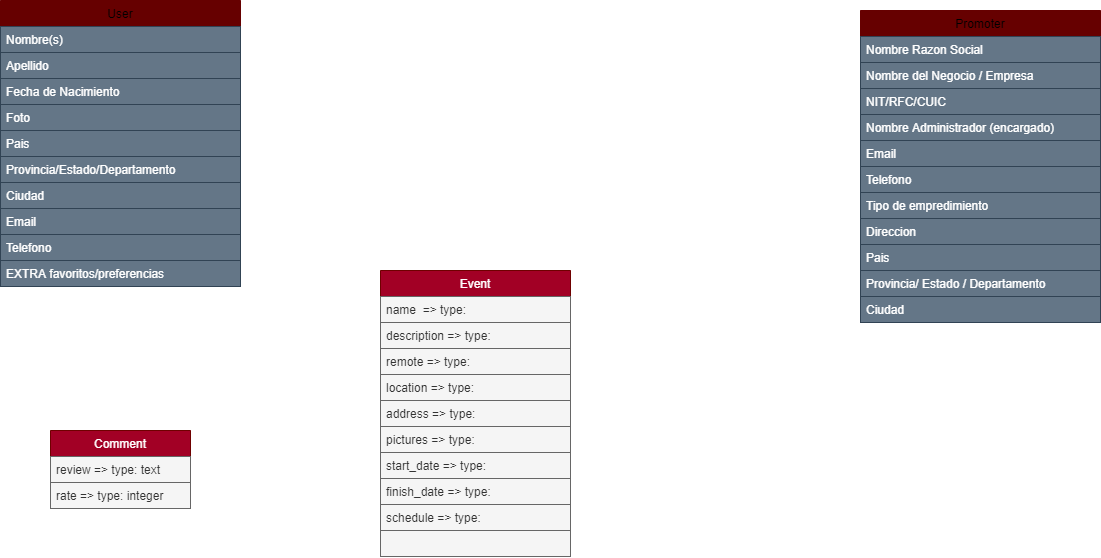
Above: documentation/DB/models.drawio.png in GilDiego/eVent (draw.io), before the change. Source tidied: cells renumbered, new cells last; positions are measured from the earlier drawing's top-left corner, leaving out a move shared by most shapes.
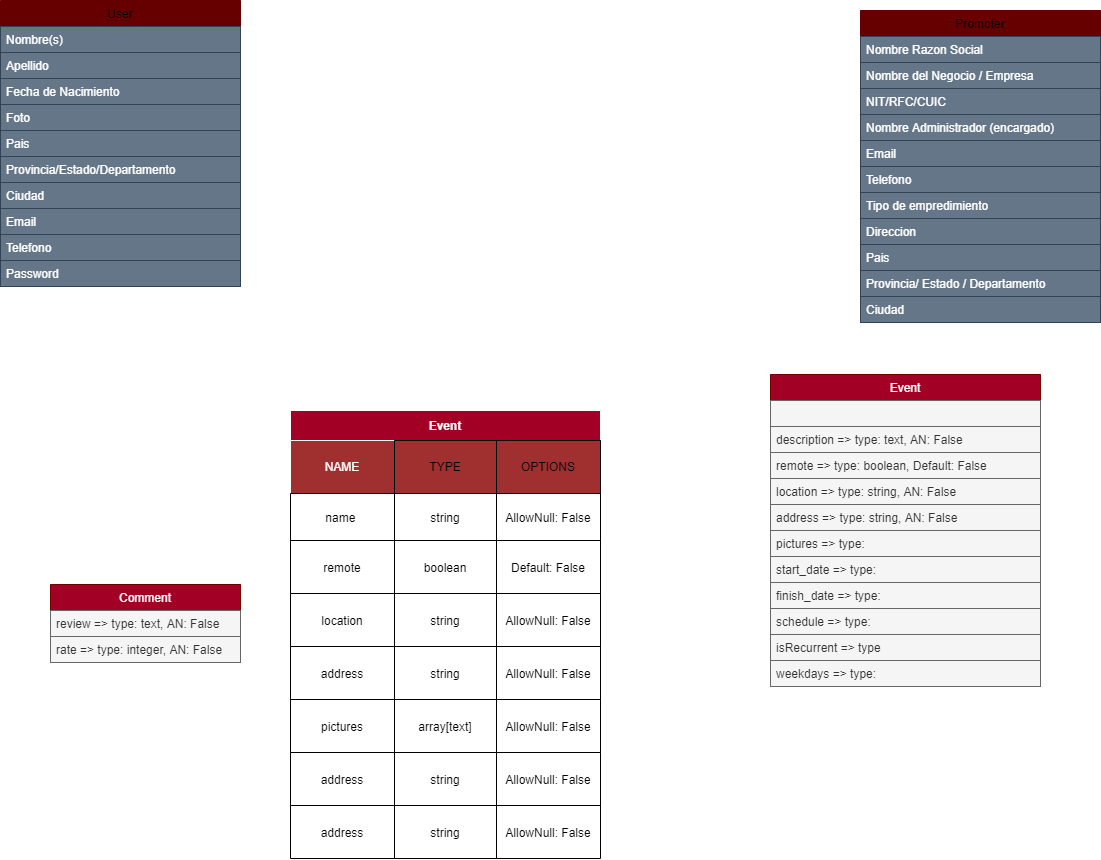
After the commit.

What changed in the source:
```diff
@@ -32,9 +32,9 @@
     <mxCell id="11" value="Telefono" style="text;align=left;verticalAlign=top;spacingLeft=4;spacingRight=4;overflow=hidden;labelBackgroundColor=none;fillColor=#647687;strokeColor=#314354;fontColor=#ffffff;" parent="2" vertex="1">
       <mxGeometry y="234" width="240" height="26" as="geometry" />
     </mxCell>
-    <mxCell id="12" value="EXTRA favoritos/preferencias" style="text;align=left;verticalAlign=top;spacingLeft=4;spacingRight=4;overflow=hidden;labelBackgroundColor=none;fillColor=#647687;strokeColor=#314354;fontColor=#ffffff;" parent="2" vertex="1">
-      <mxGeometry y="260" width="240" height="26" as="geometry" />
-    </mxCell>
+    <mxCell id="39" value="Password" style="text;align=left;verticalAlign=top;spacingLeft=4;spacingRight=4;overflow=hidden;labelBackgroundColor=none;fillColor=#647687;strokeColor=#314354;fontColor=#ffffff;" parent="2" vertex="1">
+      <mxGeometry y="260" width="240" height="26" as="geometry" />
+    </mxCell>
     <mxCell id="13" value="Promoter" style="swimlane;fontStyle=0;horizontal=1;startSize=26;strokeColor=#660000;fillColor=#660000;" parent="1" vertex="1">
       <mxGeometry x="860" y="10" width="240" height="312" as="geometry" />
     </mxCell>
@@ -72,46 +72,148 @@
       <mxGeometry y="286" width="240" height="26" as="geometry" />
     </mxCell>
     <mxCell id="25" value="Comment" style="swimlane;fontStyle=0;horizontal=1;startSize=26;fillColor=#a20025;strokeColor=#6F0000;fontColor=#ffffff;" parent="1" vertex="1">
-      <mxGeometry x="50" y="430" width="140" height="78" as="geometry" />
+      <mxGeometry x="50" y="584" width="190" height="78" as="geometry" />
     </mxCell>
-    <mxCell id="26" value="review =&gt; type: text" style="text;strokeColor=#666666;fillColor=#f5f5f5;align=left;verticalAlign=top;spacingLeft=4;spacingRight=4;overflow=hidden;fontColor=#333333;" parent="25" vertex="1">
-      <mxGeometry y="26" width="140" height="26" as="geometry" />
+    <mxCell id="26" value="review =&gt; type: text, AN: False" style="text;strokeColor=#666666;fillColor=#f5f5f5;align=left;verticalAlign=top;spacingLeft=4;spacingRight=4;overflow=hidden;fontColor=#333333;" parent="25" vertex="1">
+      <mxGeometry y="26" width="190" height="26" as="geometry" />
     </mxCell>
-    <mxCell id="27" value="rate =&gt; type: integer" style="text;strokeColor=#666666;fillColor=#f5f5f5;align=left;verticalAlign=top;spacingLeft=4;spacingRight=4;overflow=hidden;fontColor=#333333;" parent="25" vertex="1">
-      <mxGeometry y="52" width="140" height="26" as="geometry" />
+    <mxCell id="27" value="rate =&gt; type: integer, AN: False" style="text;strokeColor=#666666;fillColor=#f5f5f5;align=left;verticalAlign=top;spacingLeft=4;spacingRight=4;overflow=hidden;fontColor=#333333;" parent="25" vertex="1">
+      <mxGeometry y="52" width="190" height="26" as="geometry" />
     </mxCell>
     <mxCell id="28" value="Event" style="swimlane;fontStyle=0;horizontal=1;startSize=26;fillColor=#a20025;strokeColor=#6F0000;fontColor=#ffffff;" parent="1" vertex="1">
-      <mxGeometry x="380" y="270" width="190" height="286" as="geometry" />
+      <mxGeometry x="770" y="374" width="270" height="312" as="geometry" />
     </mxCell>
-    <mxCell id="29" value="name  =&gt; type:" style="text;strokeColor=#666666;fillColor=#f5f5f5;align=left;verticalAlign=top;spacingLeft=4;spacingRight=4;overflow=hidden;fontColor=#333333;" parent="28" vertex="1">
-      <mxGeometry y="26" width="190" height="26" as="geometry" />
+    <mxCell id="29" style="text;strokeColor=#666666;fillColor=#f5f5f5;align=left;verticalAlign=top;spacingLeft=4;spacingRight=4;overflow=hidden;fontColor=#333333;" parent="28" vertex="1">
+      <mxGeometry y="26" width="270" height="26" as="geometry" />
     </mxCell>
-    <mxCell id="30" value="description =&gt; type:" style="text;strokeColor=#666666;fillColor=#f5f5f5;align=left;verticalAlign=top;spacingLeft=4;spacingRight=4;overflow=hidden;fontColor=#333333;" parent="28" vertex="1">
-      <mxGeometry y="52" width="190" height="26" as="geometry" />
+    <mxCell id="30" value="description =&gt; type: text, AN: False" style="text;strokeColor=#666666;fillColor=#f5f5f5;align=left;verticalAlign=top;spacingLeft=4;spacingRight=4;overflow=hidden;fontColor=#333333;" parent="28" vertex="1">
+      <mxGeometry y="52" width="270" height="26" as="geometry" />
     </mxCell>
-    <mxCell id="31" value="remote =&gt; type:" style="text;strokeColor=#666666;fillColor=#f5f5f5;align=left;verticalAlign=top;spacingLeft=4;spacingRight=4;overflow=hidden;fontColor=#333333;" parent="28" vertex="1">
-      <mxGeometry y="78" width="190" height="26" as="geometry" />
+    <mxCell id="31" value="remote =&gt; type: boolean, Default: False" style="text;strokeColor=#666666;fillColor=#f5f5f5;align=left;verticalAlign=top;spacingLeft=4;spacingRight=4;overflow=hidden;fontColor=#333333;" parent="28" vertex="1">
+      <mxGeometry y="78" width="270" height="26" as="geometry" />
     </mxCell>
-    <mxCell id="32" value="location =&gt; type:" style="text;strokeColor=#666666;fillColor=#f5f5f5;align=left;verticalAlign=top;spacingLeft=4;spacingRight=4;overflow=hidden;fontColor=#333333;" parent="28" vertex="1">
-      <mxGeometry y="104" width="190" height="26" as="geometry" />
+    <mxCell id="32" value="location =&gt; type: string, AN: False" style="text;strokeColor=#666666;fillColor=#f5f5f5;align=left;verticalAlign=top;spacingLeft=4;spacingRight=4;overflow=hidden;fontColor=#333333;" parent="28" vertex="1">
+      <mxGeometry y="104" width="270" height="26" as="geometry" />
     </mxCell>
-    <mxCell id="33" value="address =&gt; type:" style="text;strokeColor=#666666;fillColor=#f5f5f5;align=left;verticalAlign=top;spacingLeft=4;spacingRight=4;overflow=hidden;fontColor=#333333;" parent="28" vertex="1">
-      <mxGeometry y="130" width="190" height="26" as="geometry" />
+    <mxCell id="33" value="address =&gt; type: string, AN: False" style="text;strokeColor=#666666;fillColor=#f5f5f5;align=left;verticalAlign=top;spacingLeft=4;spacingRight=4;overflow=hidden;fontColor=#333333;" parent="28" vertex="1">
+      <mxGeometry y="130" width="270" height="26" as="geometry" />
     </mxCell>
     <mxCell id="34" value="pictures =&gt; type:" style="text;strokeColor=#666666;fillColor=#f5f5f5;align=left;verticalAlign=top;spacingLeft=4;spacingRight=4;overflow=hidden;fontColor=#333333;" parent="28" vertex="1">
-      <mxGeometry y="156" width="190" height="26" as="geometry" />
+      <mxGeometry y="156" width="270" height="26" as="geometry" />
     </mxCell>
     <mxCell id="35" value="start_date =&gt; type:" style="text;strokeColor=#666666;fillColor=#f5f5f5;align=left;verticalAlign=top;spacingLeft=4;spacingRight=4;overflow=hidden;fontColor=#333333;" parent="28" vertex="1">
-      <mxGeometry y="182" width="190" height="26" as="geometry" />
+      <mxGeometry y="182" width="270" height="26" as="geometry" />
     </mxCell>
     <mxCell id="36" value="finish_date =&gt; type:" style="text;strokeColor=#666666;fillColor=#f5f5f5;align=left;verticalAlign=top;spacingLeft=4;spacingRight=4;overflow=hidden;fontColor=#333333;" parent="28" vertex="1">
-      <mxGeometry y="208" width="190" height="26" as="geometry" />
+      <mxGeometry y="208" width="270" height="26" as="geometry" />
     </mxCell>
     <mxCell id="37" value="schedule =&gt; type:" style="text;strokeColor=#666666;fillColor=#f5f5f5;align=left;verticalAlign=top;spacingLeft=4;spacingRight=4;overflow=hidden;fontColor=#333333;" parent="28" vertex="1">
-      <mxGeometry y="234" width="190" height="26" as="geometry" />
+      <mxGeometry y="234" width="270" height="26" as="geometry" />
     </mxCell>
-    <mxCell id="38" style="text;strokeColor=#666666;fillColor=#f5f5f5;align=left;verticalAlign=top;spacingLeft=4;spacingRight=4;overflow=hidden;fontColor=#333333;" parent="28" vertex="1">
-      <mxGeometry y="260" width="190" height="26" as="geometry" />
+    <mxCell id="38" value="isRecurrent =&gt; type" style="text;strokeColor=#666666;fillColor=#f5f5f5;align=left;verticalAlign=top;spacingLeft=4;spacingRight=4;overflow=hidden;fontColor=#333333;" parent="28" vertex="1">
+      <mxGeometry y="260" width="270" height="26" as="geometry" />
     </mxCell>
+    <mxCell id="40" value="weekdays =&gt; type:" style="text;strokeColor=#666666;fillColor=#f5f5f5;align=left;verticalAlign=top;spacingLeft=4;spacingRight=4;overflow=hidden;fontColor=#333333;" parent="28" vertex="1">
+      <mxGeometry y="286" width="270" height="26" as="geometry" />
+    </mxCell>
+    <mxCell id="41" value="Event" style="shape=table;startSize=30;fontStyle=1;align=center;fillColor=#a20025;fontColor=#ffffff;strokeColor=#FFFFFF;swimlaneFillColor=none;" parent="1" vertex="1">
+      <mxGeometry x="290" y="410" width="310" height="448" as="geometry" />
+    </mxCell>
+    <mxCell id="42" style="shape=partialRectangle;html=1;whiteSpace=wrap;fillColor=none;top=0;left=0;bottom=0;right=0;" parent="41" vertex="1">
+      <mxGeometry y="30" width="310" height="53" as="geometry" />
+    </mxCell>
+    <mxCell id="43" value="NAME" style="shape=partialRectangle;html=1;whiteSpace=wrap;top=1;left=1;bottom=1;right=1;overflow=hidden;fontColor=#ffffff;fillColor=#A03030;strokeWidth=1;strokeColor=#FFFFFF;" parent="42" vertex="1">
+      <mxGeometry width="104" height="53" as="geometry" />
+    </mxCell>
+    <mxCell id="44" value="TYPE" style="shape=partialRectangle;html=1;whiteSpace=wrap;top=1;left=1;bottom=1;right=1;overflow=hidden;fillColor=#A03030;strokeWidth=1;" parent="42" vertex="1">
+      <mxGeometry x="104" width="102" height="53" as="geometry" />
+    </mxCell>
+    <mxCell id="45" value="OPTIONS" style="shape=partialRectangle;html=1;whiteSpace=wrap;top=1;left=1;bottom=1;right=1;overflow=hidden;fillColor=#A03030;strokeWidth=1;" parent="42" vertex="1">
+      <mxGeometry x="206" width="104" height="53" as="geometry" />
+    </mxCell>
+    <mxCell id="46" style="shape=partialRectangle;html=1;whiteSpace=wrap;fillColor=none;top=0;left=0;bottom=0;right=0;" parent="41" vertex="1">
+      <mxGeometry y="83" width="310" height="47" as="geometry" />
+    </mxCell>
+    <mxCell id="47" value="&lt;span style=&quot;text-align: left&quot;&gt;name&amp;nbsp;&lt;/span&gt;" style="shape=partialRectangle;html=1;whiteSpace=wrap;fillColor=none;top=1;left=1;bottom=1;right=1;overflow=hidden;" parent="46" vertex="1">
+      <mxGeometry width="104" height="47" as="geometry" />
+    </mxCell>
+    <mxCell id="48" value="&lt;span style=&quot;text-align: left&quot;&gt;string&lt;/span&gt;" style="shape=partialRectangle;html=1;whiteSpace=wrap;fillColor=none;top=1;left=1;bottom=1;right=1;overflow=hidden;" parent="46" vertex="1">
+      <mxGeometry x="104" width="102" height="47" as="geometry" />
+    </mxCell>
+    <mxCell id="49" value="AllowNull: False" style="shape=partialRectangle;html=1;whiteSpace=wrap;fillColor=none;top=1;left=1;bottom=1;right=1;overflow=hidden;" parent="46" vertex="1">
+      <mxGeometry x="206" width="104" height="47" as="geometry" />
+    </mxCell>
+    <mxCell id="50" style="shape=partialRectangle;html=1;whiteSpace=wrap;fillColor=none;top=0;left=0;bottom=0;right=0;" parent="41" vertex="1">
+      <mxGeometry y="130" width="310" height="53" as="geometry" />
+    </mxCell>
+    <mxCell id="51" value="remote" style="shape=partialRectangle;html=1;whiteSpace=wrap;fillColor=none;top=1;left=1;bottom=1;right=1;overflow=hidden;" parent="50" vertex="1">
+      <mxGeometry width="104" height="53" as="geometry" />
+    </mxCell>
+    <mxCell id="52" value="boolean" style="shape=partialRectangle;html=1;whiteSpace=wrap;fillColor=none;top=1;left=1;bottom=1;right=1;overflow=hidden;" parent="50" vertex="1">
+      <mxGeometry x="104" width="102" height="53" as="geometry" />
+    </mxCell>
+    <mxCell id="53" value="Default: False" style="shape=partialRectangle;html=1;whiteSpace=wrap;fillColor=none;top=1;left=1;bottom=1;right=1;overflow=hidden;strokeWidth=1;" parent="50" vertex="1">
+      <mxGeometry x="206" width="104" height="53" as="geometry" />
+    </mxCell>
+    <mxCell id="54" style="shape=partialRectangle;html=1;whiteSpace=wrap;fillColor=none;top=0;left=0;bottom=0;right=0;" parent="41" vertex="1">
+      <mxGeometry y="183" width="310" height="53" as="geometry" />
+    </mxCell>
+    <mxCell id="55" value="location" style="shape=partialRectangle;html=1;whiteSpace=wrap;fillColor=none;top=1;left=1;bottom=1;right=1;overflow=hidden;" parent="54" vertex="1">
+      <mxGeometry width="104" height="53" as="geometry" />
+    </mxCell>
+    <mxCell id="56" value="string" style="shape=partialRectangle;html=1;whiteSpace=wrap;fillColor=none;top=1;left=1;bottom=1;right=1;overflow=hidden;" parent="54" vertex="1">
+      <mxGeometry x="104" width="102" height="53" as="geometry" />
+    </mxCell>
+    <mxCell id="57" value="AllowNull: False" style="shape=partialRectangle;html=1;whiteSpace=wrap;fillColor=none;top=1;left=1;bottom=1;right=1;overflow=hidden;strokeWidth=1;" parent="54" vertex="1">
+      <mxGeometry x="206" width="104" height="53" as="geometry" />
+    </mxCell>
+    <mxCell id="58" style="shape=partialRectangle;html=1;whiteSpace=wrap;fillColor=none;top=0;left=0;bottom=0;right=0;" parent="41" vertex="1">
+      <mxGeometry y="236" width="310" height="53" as="geometry" />
+    </mxCell>
+    <mxCell id="59" value="address" style="shape=partialRectangle;html=1;whiteSpace=wrap;fillColor=none;top=1;left=1;bottom=1;right=1;overflow=hidden;" parent="58" vertex="1">
+      <mxGeometry width="104" height="53" as="geometry" />
+    </mxCell>
+    <mxCell id="60" value="string" style="shape=partialRectangle;html=1;whiteSpace=wrap;fillColor=none;top=1;left=1;bottom=1;right=1;overflow=hidden;" parent="58" vertex="1">
+      <mxGeometry x="104" width="102" height="53" as="geometry" />
+    </mxCell>
+    <mxCell id="61" value="AllowNull: False" style="shape=partialRectangle;html=1;whiteSpace=wrap;fillColor=none;top=1;left=1;bottom=1;right=1;overflow=hidden;strokeWidth=1;" parent="58" vertex="1">
+      <mxGeometry x="206" width="104" height="53" as="geometry" />
+    </mxCell>
+    <mxCell id="62" style="shape=partialRectangle;html=1;whiteSpace=wrap;fillColor=none;top=0;left=0;bottom=0;right=0;" parent="41" vertex="1">
+      <mxGeometry y="289" width="310" height="53" as="geometry" />
+    </mxCell>
+    <mxCell id="63" value="pictures" style="shape=partialRectangle;html=1;whiteSpace=wrap;fillColor=none;top=1;left=1;bottom=1;right=1;overflow=hidden;" parent="62" vertex="1">
+      <mxGeometry width="104" height="53" as="geometry" />
+    </mxCell>
+    <mxCell id="64" value="array[text]" style="shape=partialRectangle;html=1;whiteSpace=wrap;fillColor=none;top=1;left=1;bottom=1;right=1;overflow=hidden;" parent="62" vertex="1">
+      <mxGeometry x="104" width="102" height="53" as="geometry" />
+    </mxCell>
+    <mxCell id="65" value="AllowNull: False" style="shape=partialRectangle;html=1;whiteSpace=wrap;fillColor=none;top=1;left=1;bottom=1;right=1;overflow=hidden;strokeWidth=1;" parent="62" vertex="1">
+      <mxGeometry x="206" width="104" height="53" as="geometry" />
+    </mxCell>
+    <mxCell id="66" style="shape=partialRectangle;html=1;whiteSpace=wrap;fillColor=none;top=0;left=0;bottom=0;right=0;" parent="41" vertex="1">
+      <mxGeometry y="342" width="310" height="53" as="geometry" />
+    </mxCell>
+    <mxCell id="67" value="address" style="shape=partialRectangle;html=1;whiteSpace=wrap;fillColor=none;top=1;left=1;bottom=1;right=1;overflow=hidden;" parent="66" vertex="1">
+      <mxGeometry width="104" height="53" as="geometry" />
+    </mxCell>
+    <mxCell id="68" value="string" style="shape=partialRectangle;html=1;whiteSpace=wrap;fillColor=none;top=1;left=1;bottom=1;right=1;overflow=hidden;" parent="66" vertex="1">
+      <mxGeometry x="104" width="102" height="53" as="geometry" />
+    </mxCell>
+    <mxCell id="69" value="AllowNull: False" style="shape=partialRectangle;html=1;whiteSpace=wrap;fillColor=none;top=1;left=1;bottom=1;right=1;overflow=hidden;strokeWidth=1;" parent="66" vertex="1">
+      <mxGeometry x="206" width="104" height="53" as="geometry" />
+    </mxCell>
+    <mxCell id="70" style="shape=partialRectangle;html=1;whiteSpace=wrap;fillColor=none;top=0;left=0;bottom=0;right=0;" parent="41" vertex="1">
+      <mxGeometry y="395" width="310" height="53" as="geometry" />
+    </mxCell>
+    <mxCell id="71" value="address" style="shape=partialRectangle;html=1;whiteSpace=wrap;fillColor=none;top=1;left=1;bottom=1;right=1;overflow=hidden;" parent="70" vertex="1">
+      <mxGeometry width="104" height="53" as="geometry" />
+    </mxCell>
+    <mxCell id="72" value="string" style="shape=partialRectangle;html=1;whiteSpace=wrap;fillColor=none;top=1;left=1;bottom=1;right=1;overflow=hidden;" parent="70" vertex="1">
+      <mxGeometry x="104" width="102" height="53" as="geometry" />
+    </mxCell>
+    <mxCell id="73" value="AllowNull: False" style="shape=partialRectangle;html=1;whiteSpace=wrap;fillColor=none;top=1;left=1;bottom=1;right=1;overflow=hidden;strokeWidth=1;" parent="70" vertex="1">
+      <mxGeometry x="206" width="104" height="53" as="geometry" />
+    </mxCell>
   </root>
 </mxGraphModel>
```
